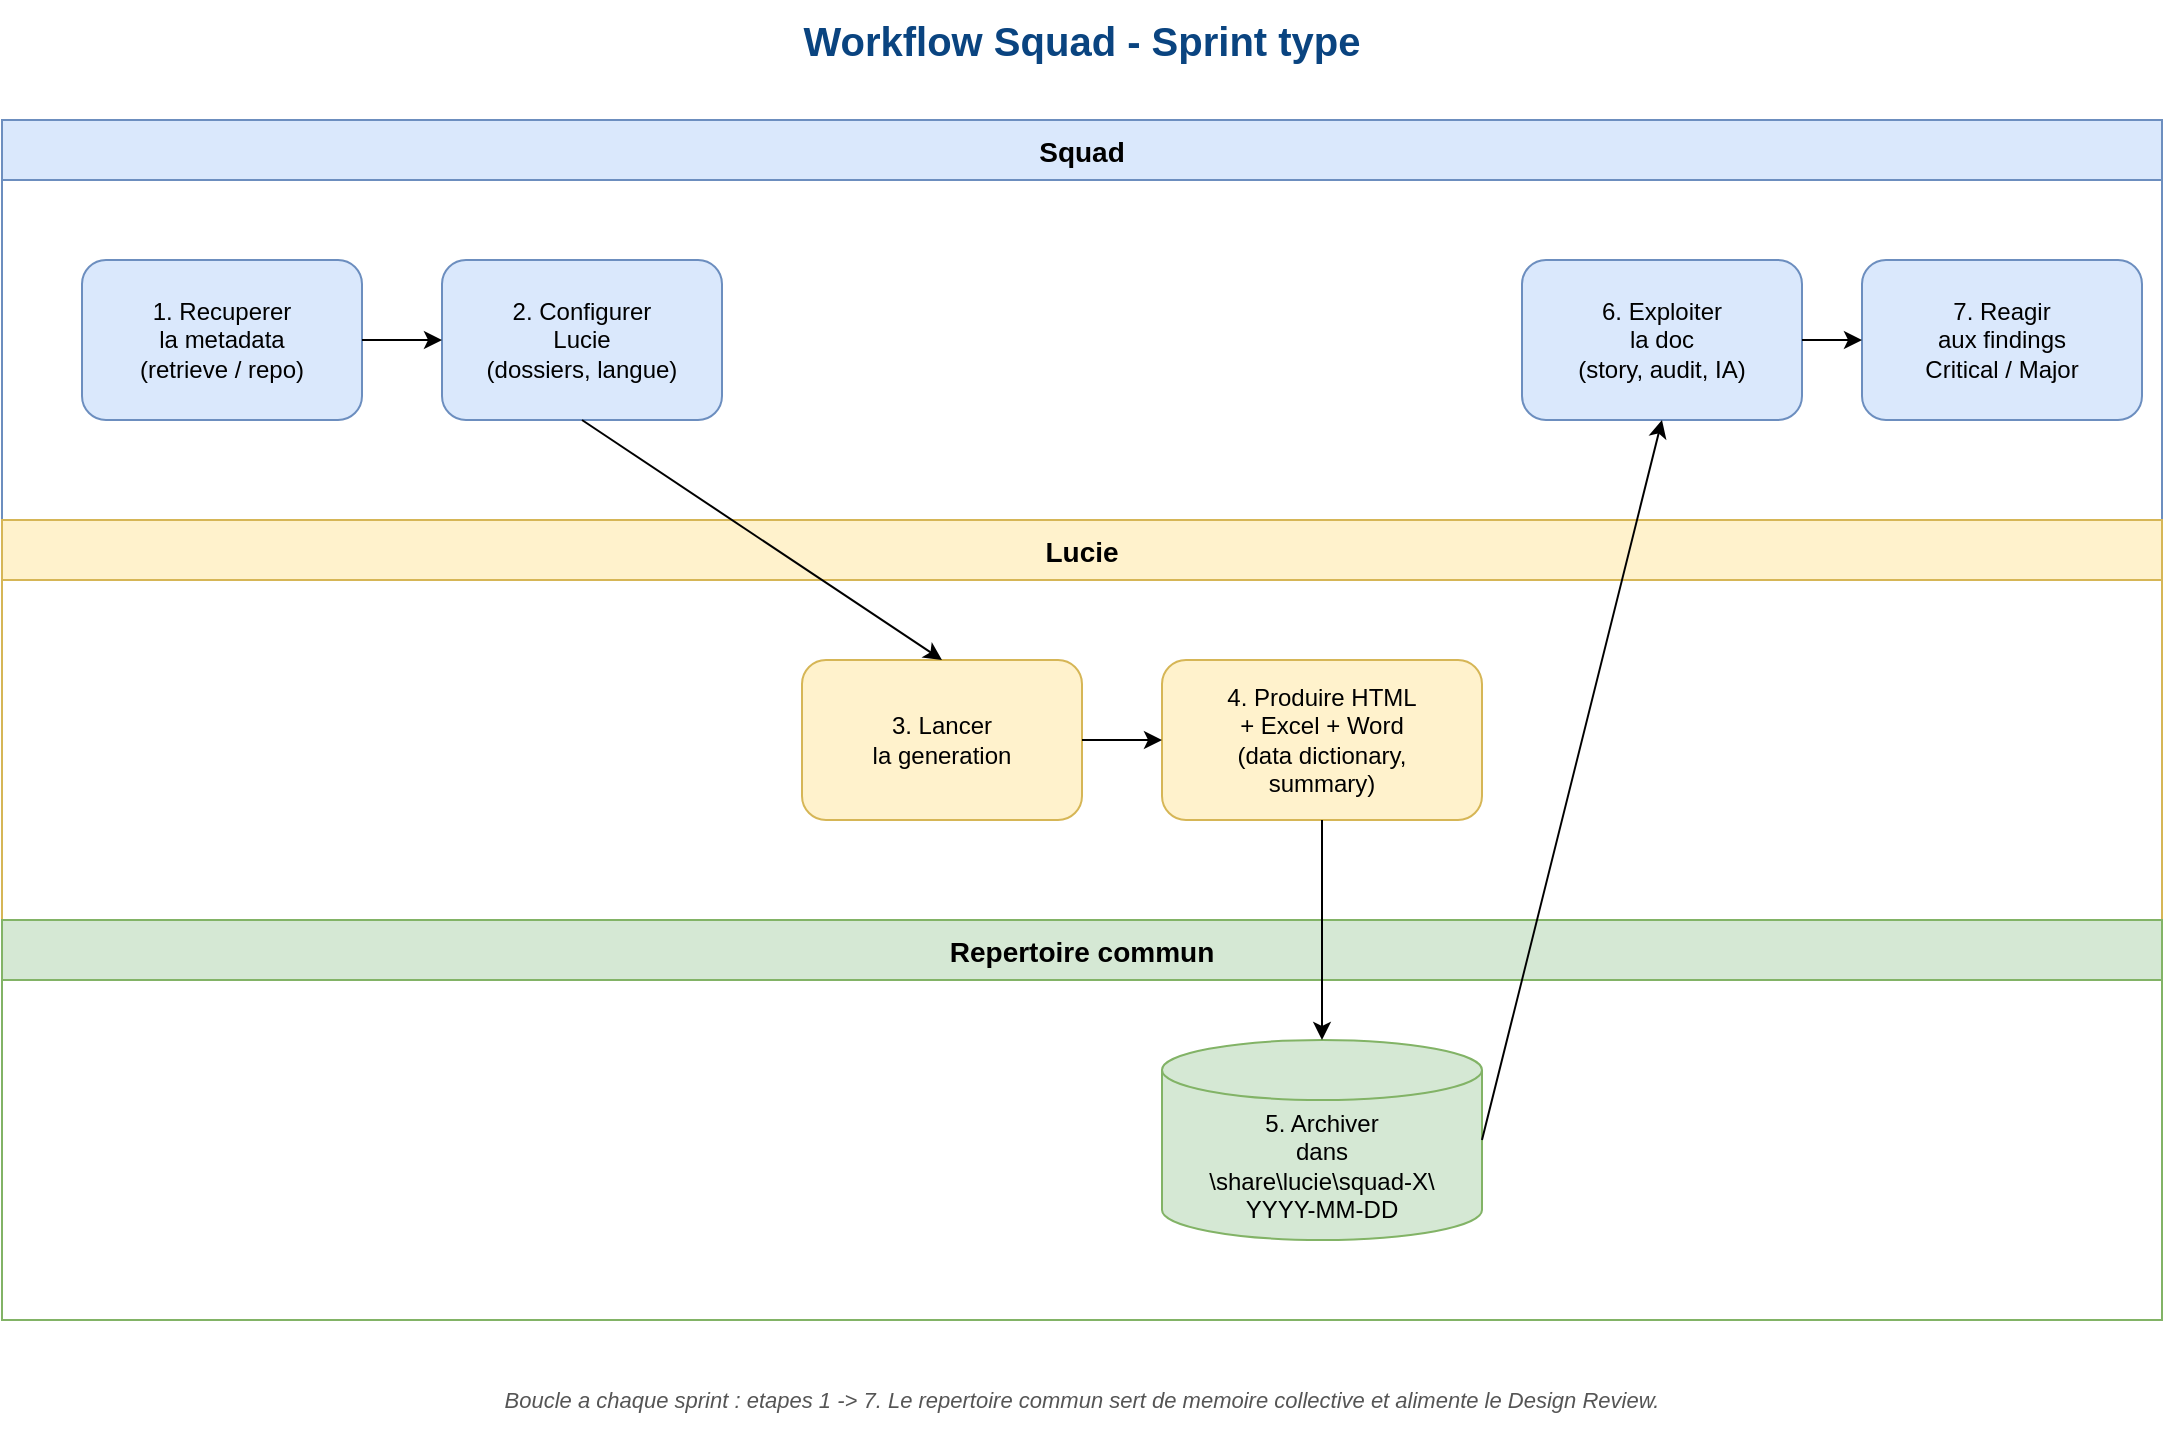
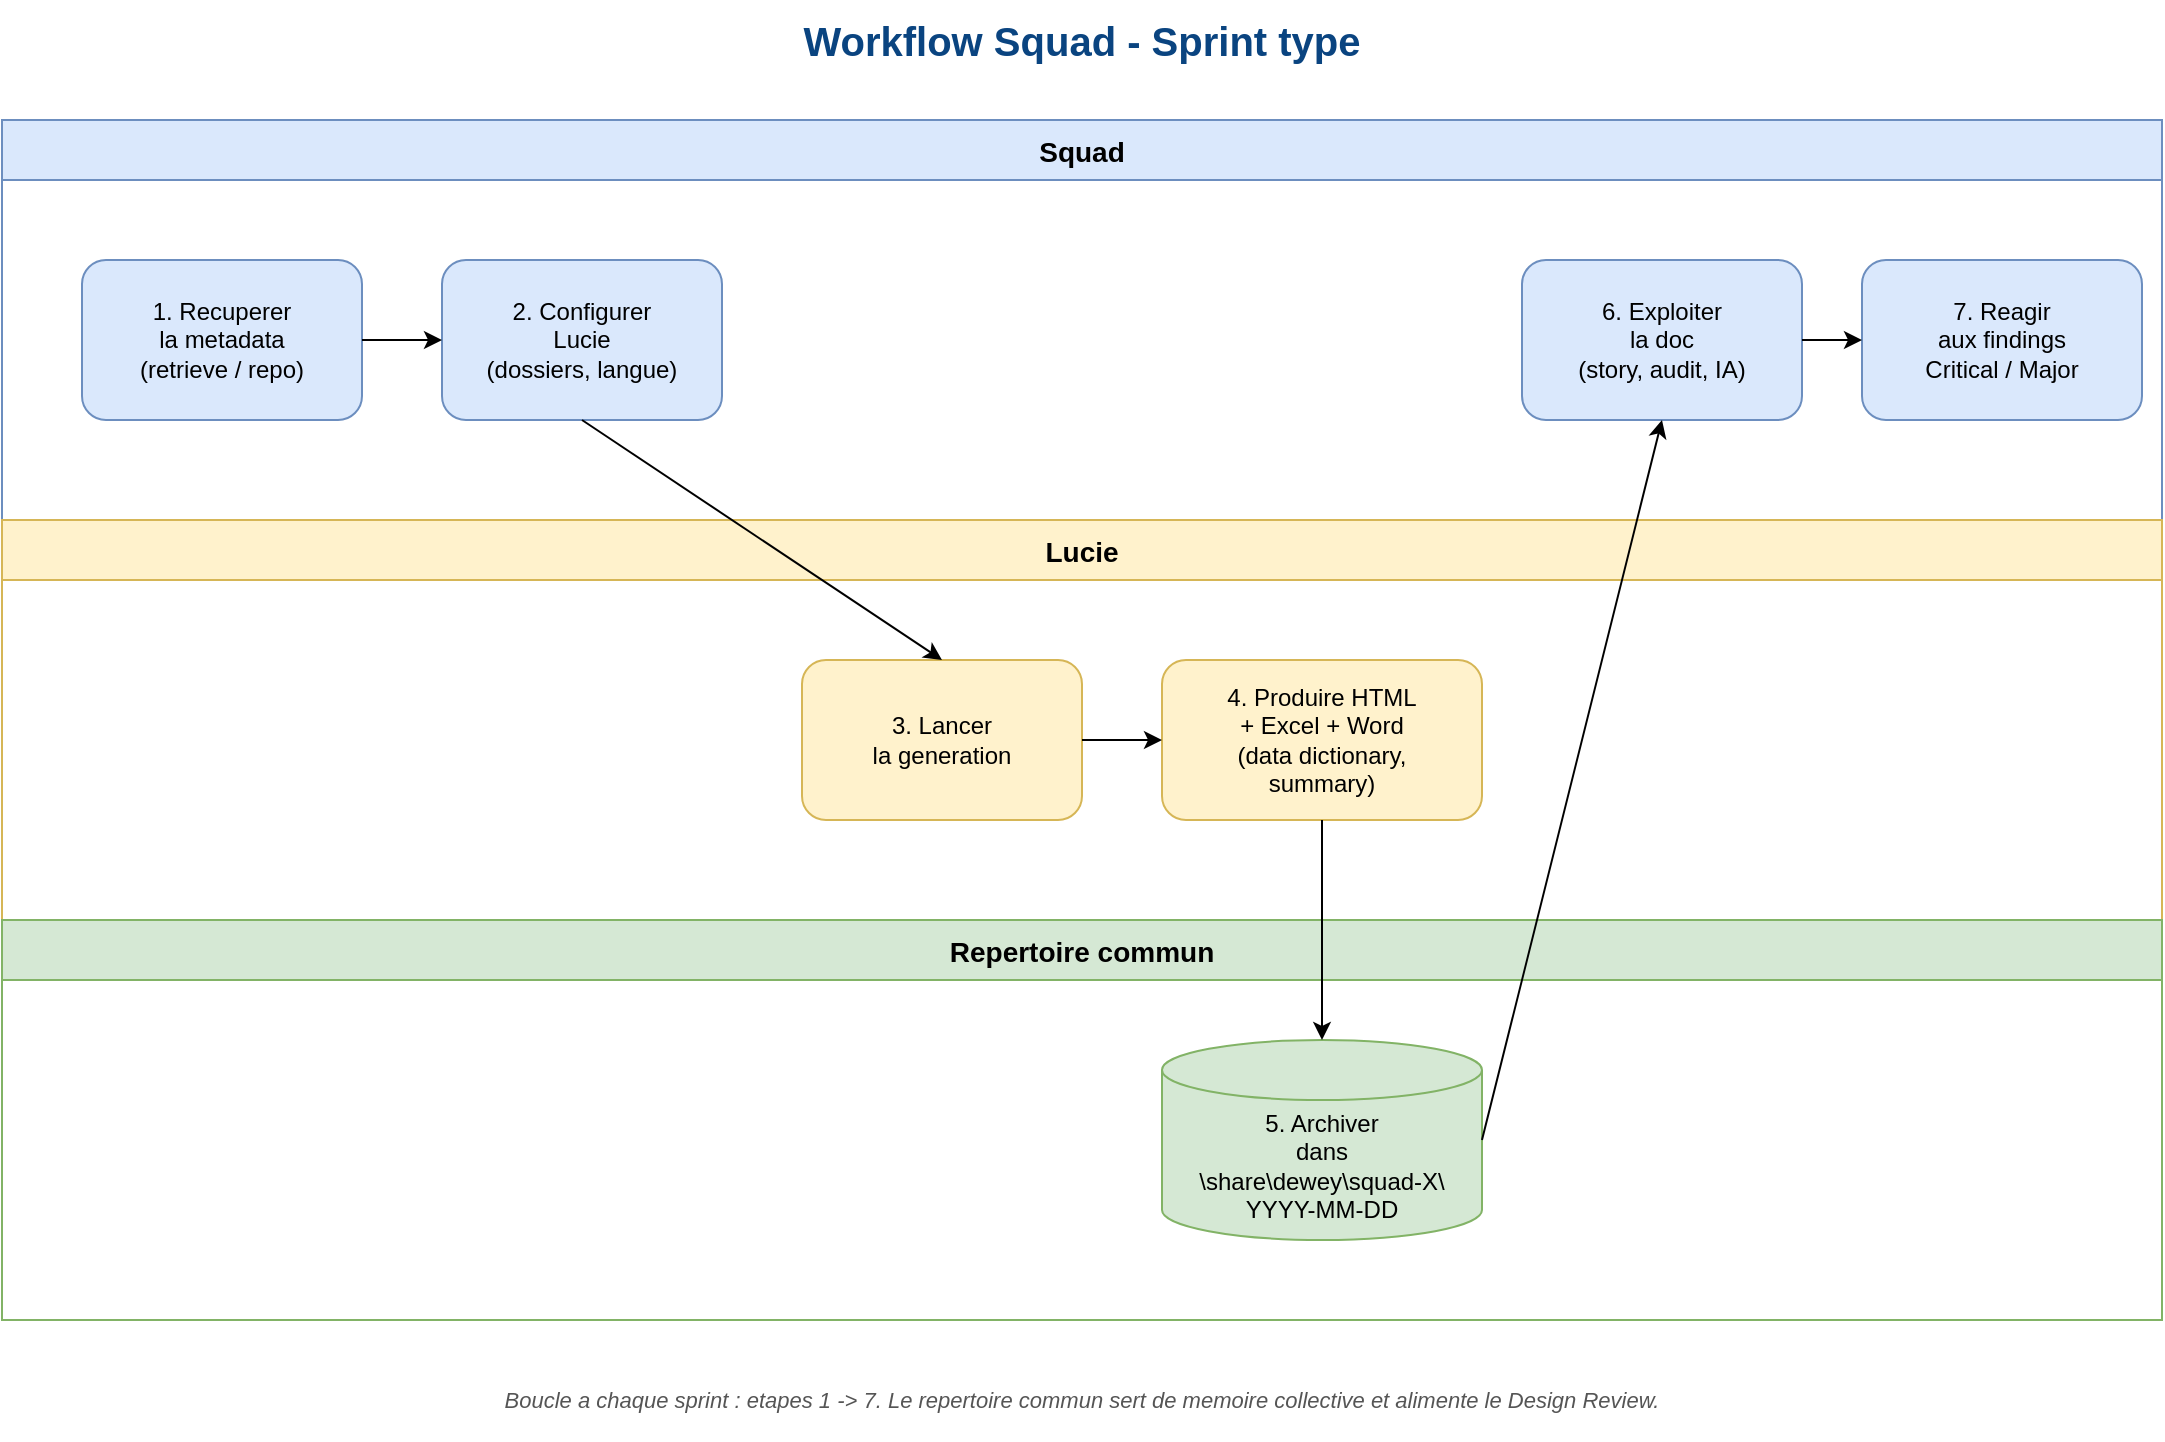
<mxfile host="app.diagrams.net" modified="2026-04-25T08:40:00.000Z" agent="Lucie Process Doc" version="22.0.0" type="device">
  <diagram name="Squad workflow" id="squad-workflow-1">
    <mxGraphModel dx="1422" dy="800" grid="1" gridSize="10" guides="1" tooltips="1" connect="1" arrows="1" fold="1" page="1" pageScale="1" pageWidth="1169" pageHeight="826" math="0" shadow="0">
      <root>
        <mxCell id="0" />
        <mxCell id="1" parent="0" />
        <mxCell id="title" value="Workflow Squad - Sprint type" style="text;html=1;strokeColor=none;fillColor=none;align=center;verticalAlign=middle;whiteSpace=wrap;rounded=0;fontSize=20;fontStyle=1;fontColor=#0A4480;" vertex="1" parent="1">
          <mxGeometry x="40" y="20" width="1080" height="40" as="geometry" />
        </mxCell>

        <mxCell id="lane1" value="Squad" style="swimlane;fontSize=14;fontStyle=1;startSize=30;fillColor=#dae8fc;strokeColor=#6c8ebf;swimlaneFillColor=#ffffff;" vertex="1" parent="1">
          <mxGeometry x="40" y="80" width="1080" height="200" as="geometry" />
        </mxCell>
        <mxCell id="lane2" value="Lucie" style="swimlane;fontSize=14;fontStyle=1;startSize=30;fillColor=#fff2cc;strokeColor=#d6b656;swimlaneFillColor=#ffffff;" vertex="1" parent="1">
          <mxGeometry x="40" y="280" width="1080" height="200" as="geometry" />
        </mxCell>
        <mxCell id="lane3" value="Repertoire commun" style="swimlane;fontSize=14;fontStyle=1;startSize=30;fillColor=#d5e8d4;strokeColor=#82b366;swimlaneFillColor=#ffffff;" vertex="1" parent="1">
          <mxGeometry x="40" y="480" width="1080" height="200" as="geometry" />
        </mxCell>

        <mxCell id="s1" value="1. Recuperer&#10;la metadata&#10;(retrieve / repo)" style="rounded=1;whiteSpace=wrap;html=1;fillColor=#dae8fc;strokeColor=#6c8ebf;fontSize=12;" vertex="1" parent="1">
          <mxGeometry x="80" y="150" width="140" height="80" as="geometry" />
        </mxCell>
        <mxCell id="s2" value="2. Configurer&#10;Lucie&#10;(dossiers, langue)" style="rounded=1;whiteSpace=wrap;html=1;fillColor=#dae8fc;strokeColor=#6c8ebf;fontSize=12;" vertex="1" parent="1">
          <mxGeometry x="260" y="150" width="140" height="80" as="geometry" />
        </mxCell>
        <mxCell id="s6" value="6. Exploiter&#10;la doc&#10;(story, audit, IA)" style="rounded=1;whiteSpace=wrap;html=1;fillColor=#dae8fc;strokeColor=#6c8ebf;fontSize=12;" vertex="1" parent="1">
          <mxGeometry x="800" y="150" width="140" height="80" as="geometry" />
        </mxCell>
        <mxCell id="s7" value="7. Reagir&#10;aux findings&#10;Critical / Major" style="rounded=1;whiteSpace=wrap;html=1;fillColor=#dae8fc;strokeColor=#6c8ebf;fontSize=12;" vertex="1" parent="1">
          <mxGeometry x="970" y="150" width="140" height="80" as="geometry" />
        </mxCell>

        <mxCell id="s3" value="3. Lancer&#10;la generation" style="rounded=1;whiteSpace=wrap;html=1;fillColor=#fff2cc;strokeColor=#d6b656;fontSize=12;" vertex="1" parent="1">
          <mxGeometry x="440" y="350" width="140" height="80" as="geometry" />
        </mxCell>
        <mxCell id="s4" value="4. Produire HTML&#10;+ Excel + Word&#10;(data dictionary,&#10;summary)" style="rounded=1;whiteSpace=wrap;html=1;fillColor=#fff2cc;strokeColor=#d6b656;fontSize=12;" vertex="1" parent="1">
          <mxGeometry x="620" y="350" width="160" height="80" as="geometry" />
        </mxCell>

-         <mxCell id="s5" value="5. Archiver&#10;dans&#10;\\share\lucie\squad-X\&#10;YYYY-MM-DD" style="shape=cylinder3;whiteSpace=wrap;html=1;boundedLbl=1;backgroundOutline=1;size=15;fillColor=#d5e8d4;strokeColor=#82b366;fontSize=12;" vertex="1" parent="1">
+         <mxCell id="s5" value="5. Archiver&#10;dans&#10;\\share\dewey\squad-X\&#10;YYYY-MM-DD" style="shape=cylinder3;whiteSpace=wrap;html=1;boundedLbl=1;backgroundOutline=1;size=15;fillColor=#d5e8d4;strokeColor=#82b366;fontSize=12;" vertex="1" parent="1">
          <mxGeometry x="620" y="540" width="160" height="100" as="geometry" />
        </mxCell>

        <mxCell id="e12" style="endArrow=classic;html=1;exitX=1;exitY=0.5;exitDx=0;exitDy=0;entryX=0;entryY=0.5;entryDx=0;entryDy=0;" edge="1" parent="1" source="s1" target="s2">
          <mxGeometry relative="1" as="geometry" />
        </mxCell>
        <mxCell id="e23" style="endArrow=classic;html=1;exitX=0.5;exitY=1;exitDx=0;exitDy=0;entryX=0.5;entryY=0;entryDx=0;entryDy=0;" edge="1" parent="1" source="s2" target="s3">
          <mxGeometry relative="1" as="geometry" />
        </mxCell>
        <mxCell id="e34" style="endArrow=classic;html=1;exitX=1;exitY=0.5;exitDx=0;exitDy=0;entryX=0;entryY=0.5;entryDx=0;entryDy=0;" edge="1" parent="1" source="s3" target="s4">
          <mxGeometry relative="1" as="geometry" />
        </mxCell>
        <mxCell id="e45" style="endArrow=classic;html=1;exitX=0.5;exitY=1;exitDx=0;exitDy=0;entryX=0.5;entryY=0;entryDx=0;entryDy=0;" edge="1" parent="1" source="s4" target="s5">
          <mxGeometry relative="1" as="geometry" />
        </mxCell>
        <mxCell id="e56" style="endArrow=classic;html=1;exitX=1;exitY=0.5;exitDx=0;exitDy=0;entryX=0.5;entryY=1;entryDx=0;entryDy=0;" edge="1" parent="1" source="s5" target="s6">
          <mxGeometry relative="1" as="geometry" />
        </mxCell>
        <mxCell id="e67" style="endArrow=classic;html=1;exitX=1;exitY=0.5;exitDx=0;exitDy=0;entryX=0;entryY=0.5;entryDx=0;entryDy=0;" edge="1" parent="1" source="s6" target="s7">
          <mxGeometry relative="1" as="geometry" />
        </mxCell>

        <mxCell id="legend" value="Boucle a chaque sprint : etapes 1 -&gt; 7. Le repertoire commun sert de memoire collective et alimente le Design Review." style="text;html=1;strokeColor=none;fillColor=none;align=center;verticalAlign=middle;whiteSpace=wrap;rounded=0;fontSize=11;fontStyle=2;fontColor=#555555;" vertex="1" parent="1">
          <mxGeometry x="40" y="700" width="1080" height="40" as="geometry" />
        </mxCell>
      </root>
    </mxGraphModel>
  </diagram>
</mxfile>
